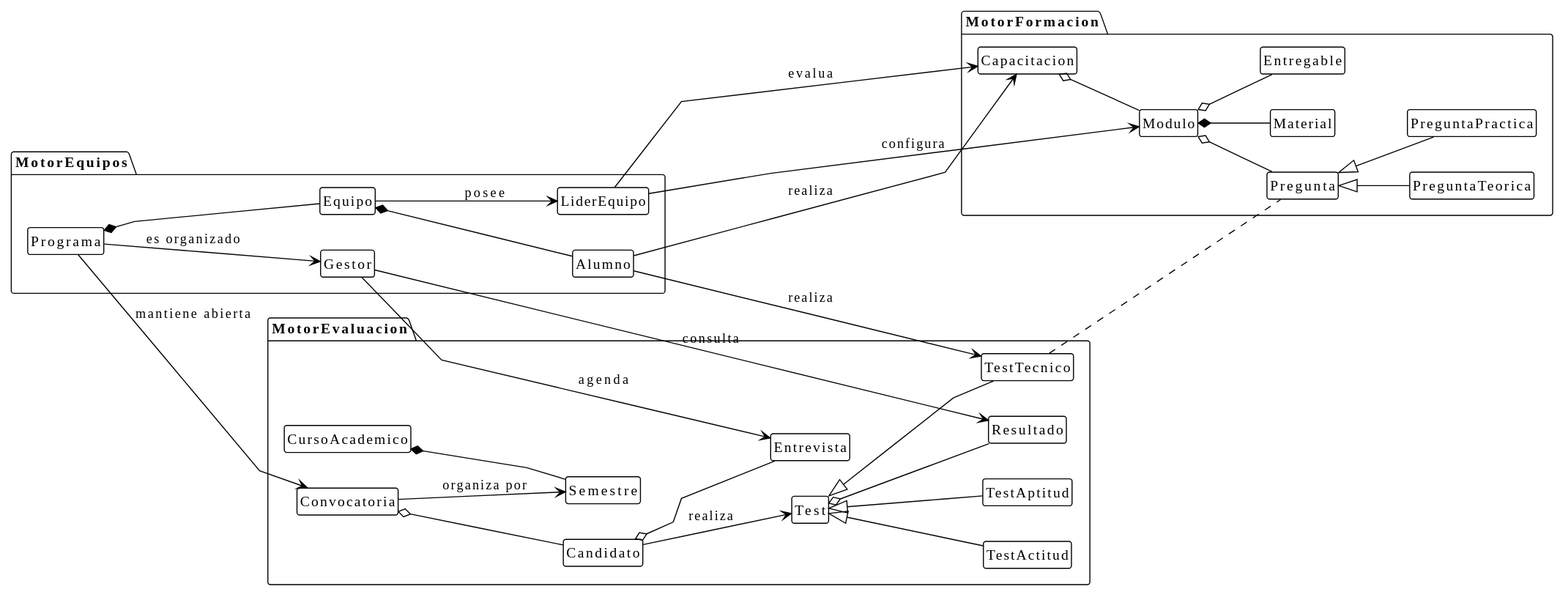
TheMoys/CTS-Academy keeps this PlantUML diagram as images/RUP/00-modelo-del-dominio/modeloDominio.svg. Above is the earlier version.
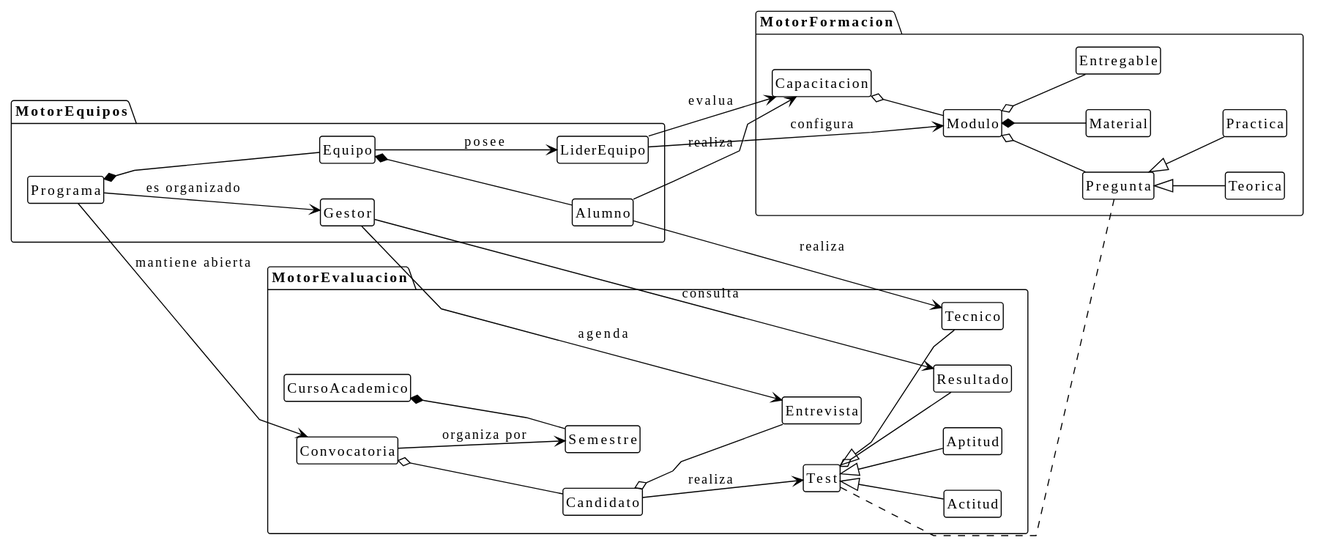
Above is the later version.

Commit message:
refactor(dominio): actualizar modelo de dominio (Actitud, Aptitud, Tecnico, Teorica, Practica, Test...Pregunta), recompilar SVG y sincronizar READMEs

The edit, as a diff of the source:
```diff
@@ -24,9 +24,9 @@
   class Semestre
   class Candidato
   class Test
-  class TestActitud
-  class TestAptitud
-  class TestTecnico
+  class Actitud
+  class Aptitud
+  class Tecnico
   class Resultado
   class Entrevista
 
@@ -35,9 +35,9 @@
   Convocatoria o-- Candidato
 
   Candidato --> Test : realiza
-  Test <|-- TestActitud
-  Test <|-- TestAptitud
-  Test <|-- TestTecnico
+  Test <|-- Actitud
+  Test <|-- Aptitud
+  Test <|-- Tecnico
   Test o-- Resultado
 
   Candidato o-- Entrevista
@@ -50,11 +50,11 @@
   class Material
   class Entregable
   class Pregunta
-  class PreguntaTeorica
-  class PreguntaPractica
+  class Teorica
+  class Practica
 
-  Pregunta <|-- PreguntaTeorica
-  Pregunta <|-- PreguntaPractica
+  Pregunta <|-- Teorica
+  Pregunta <|-- Practica
 
   Capacitacion o-- Modulo
   Modulo *-- Material
@@ -65,8 +65,8 @@
 Programa --> Convocatoria : mantiene abierta
 Gestor --> Resultado : consulta
 
-TestTecnico ... Pregunta
-Alumno ---> TestTecnico : realiza
+Test ... Pregunta
+Alumno ---> Tecnico : realiza
 
 Alumno --> Capacitacion : realiza
 LiderEquipo --> Modulo : configura
```
